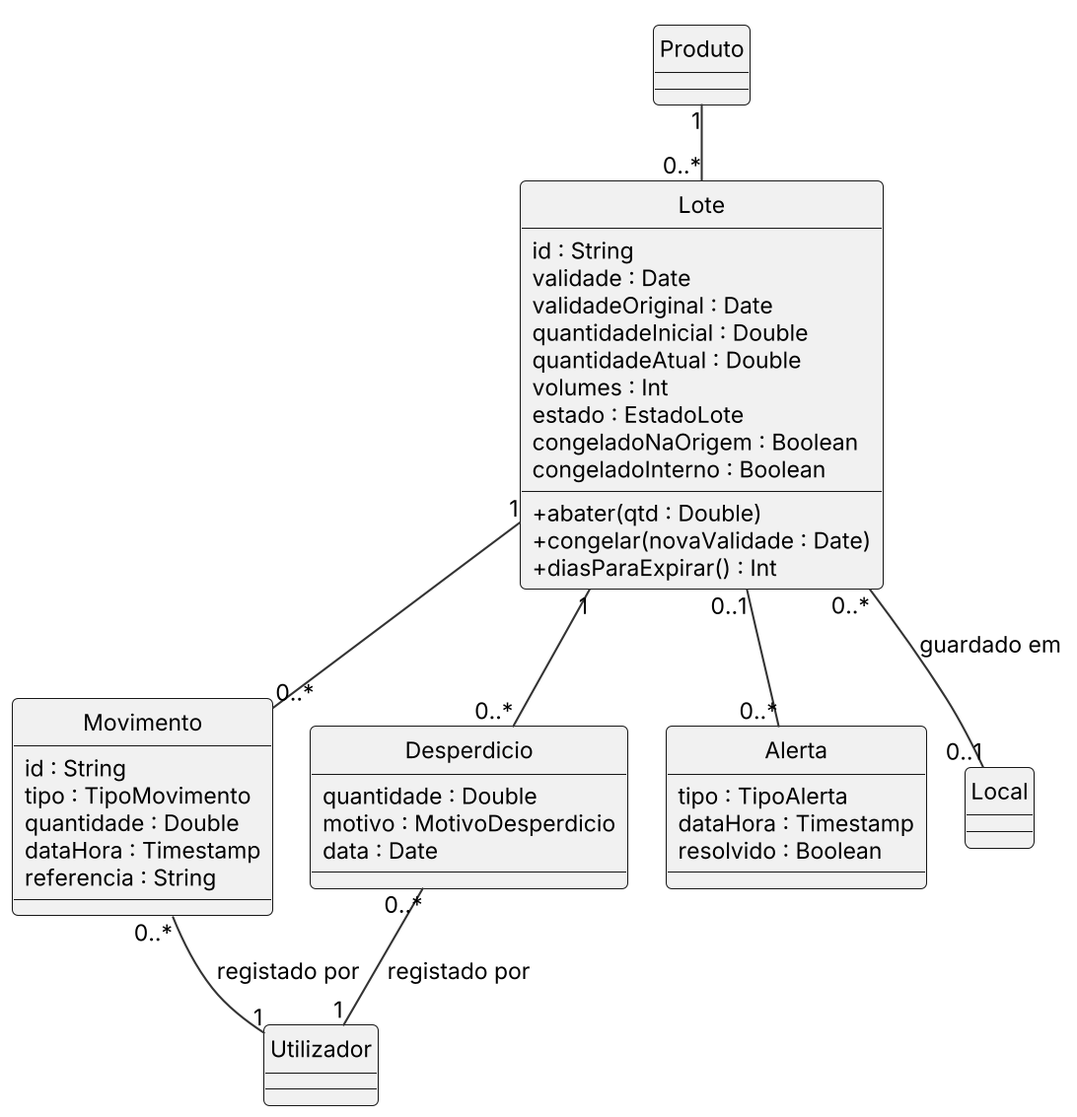
Miguel31028/GASC keeps this PlantUML diagram as Docs/diagramas/cl_stock.png. Above is the earlier version. The source it was exported from:
```plantuml
@startuml
!include _estilo.iuml
hide circle
skinparam classAttributeIconSize 0
class Lote {
  id : String
  validade : Date
  validadeOriginal : Date
  quantidadeInicial : Double
  quantidadeAtual : Double
  volumes : Int
  estado : EstadoLote
  congeladoNaOrigem : Boolean
  congeladoInterno : Boolean
  +abater(qtd : Double)
  +congelar(novaValidade : Date)
  +diasParaExpirar() : Int
}
class Movimento {
  id : String
  tipo : TipoMovimento
  quantidade : Double
  dataHora : Timestamp
  referencia : String
}
class Desperdicio {
  quantidade : Double
  motivo : MotivoDesperdicio
  data : Date
}
class Alerta {
  tipo : TipoAlerta
  dataHora : Timestamp
  resolvido : Boolean
}
class Produto
class Local
class Utilizador
Produto "1" -- "0..*" Lote
Lote "0..*" -- "0..1" Local : guardado em >
Lote "1" -- "0..*" Movimento
Lote "1" -- "0..*" Desperdicio
Lote "0..1" -- "0..*" Alerta
Movimento "0..*" -- "1" Utilizador : registado por >
Desperdicio "0..*" -- "1" Utilizador : registado por >
@enduml
```
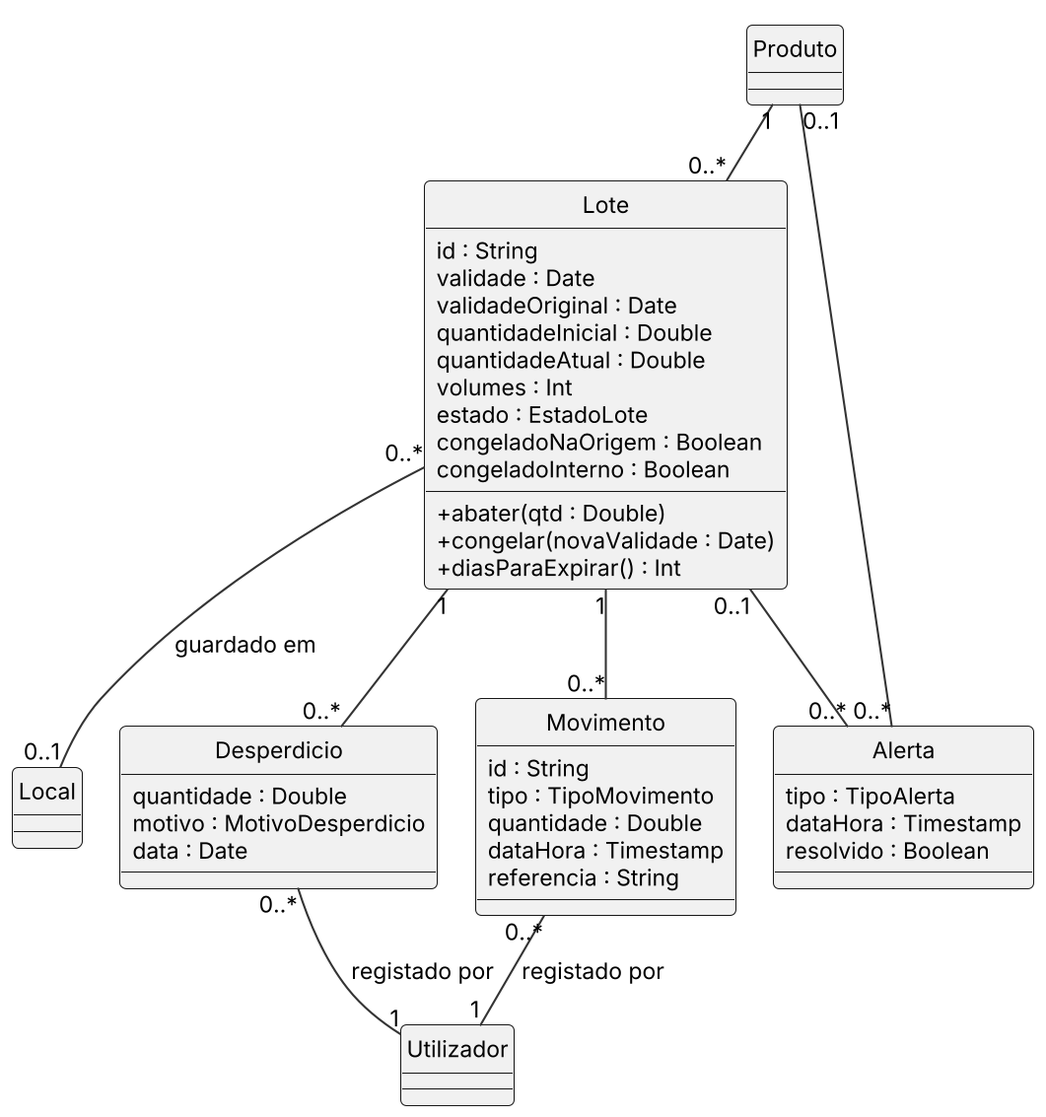
Above is the later version.

Change to the diagram source:
```diff
@@ -41,6 +41,7 @@
 Lote "1" -- "0..*" Movimento
 Lote "1" -- "0..*" Desperdicio
 Lote "0..1" -- "0..*" Alerta
+Produto "0..1" -- "0..*" Alerta
 Movimento "0..*" -- "1" Utilizador : registado por >
 Desperdicio "0..*" -- "1" Utilizador : registado por >
 @enduml
```
